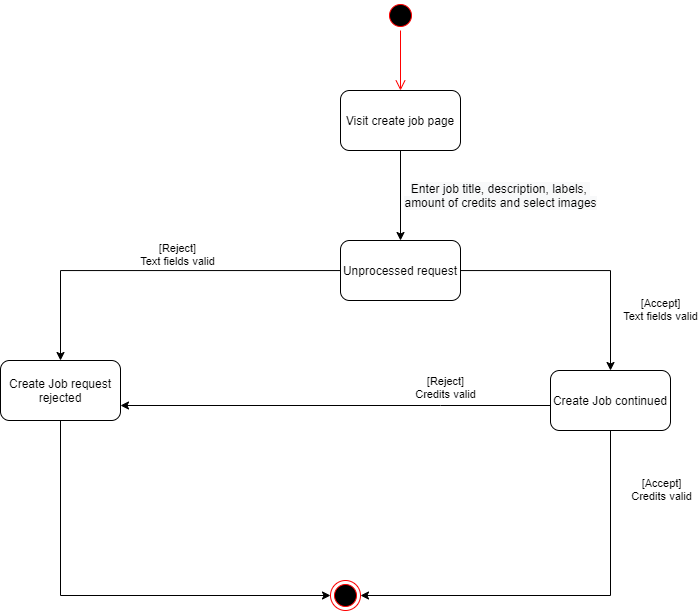
Earlier version of the draw.io export diagrams/Logical/State/create-job.png (faisal2754/Web-Data-Labelling). Source tidied: cells renumbered, new cells last; positions are measured from the earlier drawing's top-left corner, leaving out a move shared by most shapes. Its diagram source:
```xml
<mxGraphModel>
  <root>
    <mxCell id="0" />
    <mxCell id="1" parent="0" />
    <mxCell id="2" style="ellipse;html=1;shape=startState;fillColor=#000000;strokeColor=#ff0000;" parent="1" vertex="1">
      <mxGeometry x="385" width="30" height="30" as="geometry" />
    </mxCell>
    <mxCell id="3" style="edgeStyle=orthogonalEdgeStyle;html=1;verticalAlign=bottom;endArrow=open;endSize=8;strokeColor=#ff0000;rounded=0;" parent="1" edge="1" source="2">
      <mxGeometry relative="1" as="geometry">
        <mxPoint x="400" y="90" as="targetPoint" />
      </mxGeometry>
    </mxCell>
    <mxCell id="4" value="&lt;span style=&quot;font-size: 12px ; background-color: rgb(248 , 249 , 250)&quot;&gt;Enter job title, description, labels, &lt;br&gt;amount of credits and select images&lt;/span&gt;" style="edgeStyle=orthogonalEdgeStyle;rounded=0;jettySize=auto;html=1;entryX=0.5;entryY=0;entryDx=0;entryDy=0;spacingLeft=200;" parent="1" edge="1" source="5" target="10">
      <mxGeometry relative="1" as="geometry" />
    </mxCell>
    <mxCell id="5" value="Visit create job page" style="rounded=1;whiteSpace=wrap;html=1;" parent="1" vertex="1">
      <mxGeometry x="340" y="90" width="120" height="60" as="geometry" />
    </mxCell>
    <mxCell id="6" style="edgeStyle=orthogonalEdgeStyle;rounded=0;jettySize=auto;html=1;entryX=0.5;entryY=0;entryDx=0;entryDy=0;" parent="1" edge="1" source="10" target="12">
      <mxGeometry relative="1" as="geometry" />
    </mxCell>
    <mxCell id="7" value="[Reject]&lt;br&gt;Text fields valid" style="edgeLabel;html=1;align=center;verticalAlign=middle;spacingTop=-34;" parent="6" vertex="1">
      <mxGeometry x="-0.12" relative="1" as="geometry" />
    </mxCell>
    <mxCell id="8" style="edgeStyle=orthogonalEdgeStyle;rounded=0;jettySize=auto;html=1;entryX=0.5;entryY=0;entryDx=0;entryDy=0;" parent="1" edge="1" source="10" target="17">
      <mxGeometry relative="1" as="geometry" />
    </mxCell>
    <mxCell id="9" value="[Accept]&lt;br&gt;Text fields valid" style="edgeLabel;html=1;align=center;verticalAlign=middle;spacingLeft=100;" parent="8" vertex="1">
      <mxGeometry x="0.5" y="-1" relative="1" as="geometry" />
    </mxCell>
    <mxCell id="10" value="Unprocessed request" style="rounded=1;whiteSpace=wrap;html=1;" parent="1" vertex="1">
      <mxGeometry x="340" y="240" width="120" height="60" as="geometry" />
    </mxCell>
    <mxCell id="11" style="edgeStyle=orthogonalEdgeStyle;rounded=0;jettySize=auto;html=1;entryX=0;entryY=0.5;entryDx=0;entryDy=0;" parent="1" edge="1" source="12" target="18">
      <mxGeometry relative="1" as="geometry">
        <Array as="points">
          <mxPoint x="60" y="595" />
        </Array>
      </mxGeometry>
    </mxCell>
    <mxCell id="12" value="Create Job request rejected" style="rounded=1;whiteSpace=wrap;html=1;" parent="1" vertex="1">
      <mxGeometry y="360" width="120" height="60" as="geometry" />
    </mxCell>
    <mxCell id="13" style="edgeStyle=orthogonalEdgeStyle;rounded=0;jettySize=auto;html=1;entryX=1;entryY=0.75;entryDx=0;entryDy=0;" parent="1" edge="1" source="17" target="12">
      <mxGeometry relative="1" as="geometry">
        <Array as="points">
          <mxPoint x="440" y="405" />
          <mxPoint x="440" y="405" />
        </Array>
      </mxGeometry>
    </mxCell>
    <mxCell id="14" value="[Reject]&lt;br&gt;Credits valid" style="edgeLabel;html=1;align=center;verticalAlign=middle;spacingTop=-40;" parent="13" vertex="1">
      <mxGeometry x="-0.51" y="1" relative="1" as="geometry" />
    </mxCell>
    <mxCell id="15" style="edgeStyle=orthogonalEdgeStyle;rounded=0;jettySize=auto;html=1;entryX=1;entryY=0.5;entryDx=0;entryDy=0;" parent="1" edge="1" source="17" target="18">
      <mxGeometry relative="1" as="geometry">
        <Array as="points">
          <mxPoint x="610" y="595" />
        </Array>
      </mxGeometry>
    </mxCell>
    <mxCell id="16" value="[Accept]&lt;br&gt;Credits valid" style="edgeLabel;html=1;align=center;verticalAlign=middle;spacingLeft=100;" parent="15" vertex="1">
      <mxGeometry x="-0.71" relative="1" as="geometry" />
    </mxCell>
    <mxCell id="17" value="&lt;span&gt;Create Job continued&lt;/span&gt;" style="rounded=1;whiteSpace=wrap;html=1;" parent="1" vertex="1">
      <mxGeometry x="550" y="370" width="120" height="60" as="geometry" />
    </mxCell>
    <mxCell id="18" style="ellipse;html=1;shape=endState;fillColor=#000000;strokeColor=#ff0000;" parent="1" vertex="1">
      <mxGeometry x="330" y="580" width="30" height="30" as="geometry" />
    </mxCell>
  </root>
</mxGraphModel>
```
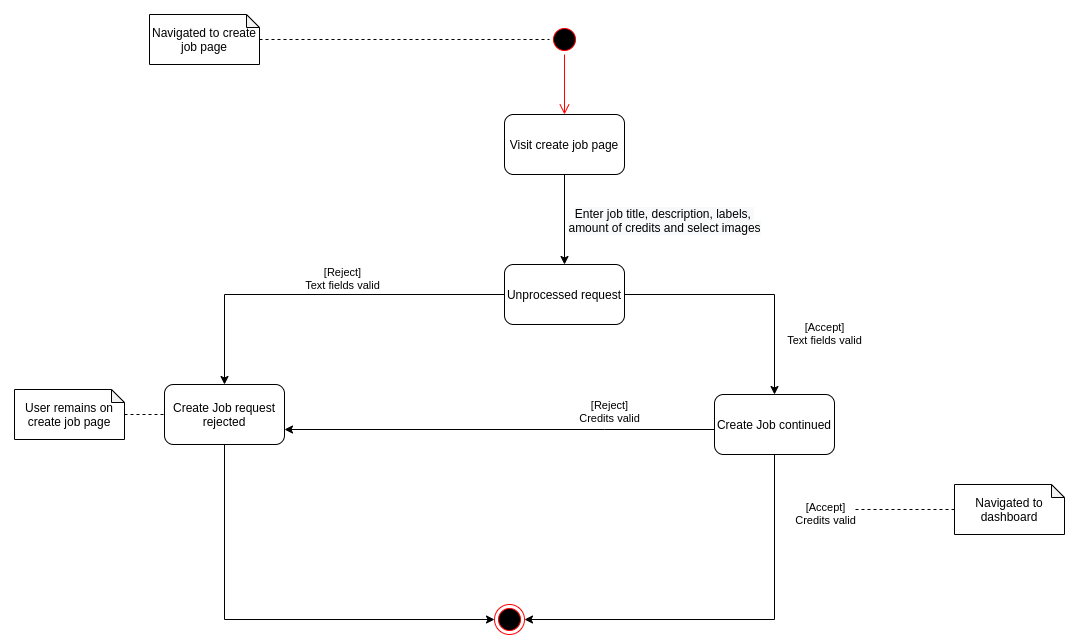
Later version of the same file.

What changed in the source:
```diff
@@ -2,14 +2,26 @@
   <root>
     <mxCell id="0" />
     <mxCell id="1" parent="0" />
-    <mxCell id="2" style="ellipse;html=1;shape=startState;fillColor=#000000;strokeColor=#ff0000;" parent="1" vertex="1">
-      <mxGeometry x="385" width="30" height="30" as="geometry" />
-    </mxCell>
-    <mxCell id="3" style="edgeStyle=orthogonalEdgeStyle;html=1;verticalAlign=bottom;endArrow=open;endSize=8;strokeColor=#ff0000;rounded=0;" parent="1" edge="1" source="2">
-      <mxGeometry relative="1" as="geometry">
-        <mxPoint x="400" y="90" as="targetPoint" />
-      </mxGeometry>
-    </mxCell>
+    <mxCell id="19" style="edgeStyle=orthogonalEdgeStyle;rounded=0;jettySize=auto;html=1;dashed=1;endArrow=none;endFill=0;" parent="1" edge="1" source="20">
+      <mxGeometry relative="1" as="geometry">
+        <mxPoint x="385" y="15" as="targetPoint" />
+        <Array as="points">
+          <mxPoint x="355" y="15" />
+          <mxPoint x="355" y="15" />
+        </Array>
+      </mxGeometry>
+    </mxCell>
+    <mxCell id="20" value="Navigated to create job page" style="shape=note;whiteSpace=wrap;html=1;backgroundOutline=1;darkOpacity=0.05;size=13;" parent="1" vertex="1">
+      <mxGeometry x="-15" y="-10" width="110" height="50" as="geometry" />
+    </mxCell>
+    <mxCell id="21" style="ellipse;html=1;shape=startState;fillColor=#000000;strokeColor=#ff0000;" parent="1" vertex="1">
+      <mxGeometry x="385" width="30" height="30" as="geometry" />
+    </mxCell>
+    <mxCell id="22" style="edgeStyle=orthogonalEdgeStyle;html=1;verticalAlign=bottom;endArrow=open;endSize=8;strokeColor=#ff0000;rounded=0;" parent="1" edge="1" source="21">
+      <mxGeometry relative="1" as="geometry">
+        <mxPoint x="400" y="90" as="targetPoint" />
+      </mxGeometry>
+    </mxCell>
     <mxCell id="4" value="&lt;span style=&quot;font-size: 12px ; background-color: rgb(248 , 249 , 250)&quot;&gt;Enter job title, description, labels, &lt;br&gt;amount of credits and select images&lt;/span&gt;" style="edgeStyle=orthogonalEdgeStyle;rounded=0;jettySize=auto;html=1;entryX=0.5;entryY=0;entryDx=0;entryDy=0;spacingLeft=200;" parent="1" edge="1" source="5" target="10">
       <mxGeometry relative="1" as="geometry" />
     </mxCell>
@@ -31,13 +43,13 @@
     <mxCell id="10" value="Unprocessed request" style="rounded=1;whiteSpace=wrap;html=1;" parent="1" vertex="1">
       <mxGeometry x="340" y="240" width="120" height="60" as="geometry" />
     </mxCell>
-    <mxCell id="11" style="edgeStyle=orthogonalEdgeStyle;rounded=0;jettySize=auto;html=1;entryX=0;entryY=0.5;entryDx=0;entryDy=0;" parent="1" edge="1" source="12" target="18">
-      <mxGeometry relative="1" as="geometry">
-        <Array as="points">
-          <mxPoint x="60" y="595" />
-        </Array>
-      </mxGeometry>
-    </mxCell>
+    <mxCell id="23" style="edgeStyle=orthogonalEdgeStyle;rounded=0;jettySize=auto;html=1;entryX=0;entryY=0.5;entryDx=0;entryDy=0;" parent="1" edge="1" source="12" target="25">
+      <mxGeometry relative="1" as="geometry">
+        <Array as="points">
+          <mxPoint x="60" y="595" />
+        </Array>
+      </mxGeometry>
+    </mxCell>
     <mxCell id="12" value="Create Job request rejected" style="rounded=1;whiteSpace=wrap;html=1;" parent="1" vertex="1">
       <mxGeometry y="360" width="120" height="60" as="geometry" />
     </mxCell>
@@ -52,21 +64,41 @@
     <mxCell id="14" value="[Reject]&lt;br&gt;Credits valid" style="edgeLabel;html=1;align=center;verticalAlign=middle;spacingTop=-40;" parent="13" vertex="1">
       <mxGeometry x="-0.51" y="1" relative="1" as="geometry" />
     </mxCell>
-    <mxCell id="15" style="edgeStyle=orthogonalEdgeStyle;rounded=0;jettySize=auto;html=1;entryX=1;entryY=0.5;entryDx=0;entryDy=0;" parent="1" edge="1" source="17" target="18">
-      <mxGeometry relative="1" as="geometry">
-        <Array as="points">
-          <mxPoint x="610" y="595" />
-        </Array>
-      </mxGeometry>
-    </mxCell>
+    <mxCell id="24" style="edgeStyle=orthogonalEdgeStyle;rounded=0;jettySize=auto;html=1;entryX=1;entryY=0.5;entryDx=0;entryDy=0;" parent="1" edge="1" source="17" target="25">
+      <mxGeometry relative="1" as="geometry">
+        <Array as="points">
+          <mxPoint x="610" y="595" />
+        </Array>
+      </mxGeometry>
+    </mxCell>
-    <mxCell id="16" value="[Accept]&lt;br&gt;Credits valid" style="edgeLabel;html=1;align=center;verticalAlign=middle;spacingLeft=100;" parent="15" vertex="1">
+    <mxCell id="16" value="[Accept]&lt;br&gt;Credits valid" style="edgeLabel;html=1;align=center;verticalAlign=middle;spacingLeft=100;" parent="24" vertex="1">
       <mxGeometry x="-0.71" relative="1" as="geometry" />
     </mxCell>
     <mxCell id="17" value="&lt;span&gt;Create Job continued&lt;/span&gt;" style="rounded=1;whiteSpace=wrap;html=1;" parent="1" vertex="1">
       <mxGeometry x="550" y="370" width="120" height="60" as="geometry" />
     </mxCell>
-    <mxCell id="18" style="ellipse;html=1;shape=endState;fillColor=#000000;strokeColor=#ff0000;" parent="1" vertex="1">
-      <mxGeometry x="330" y="580" width="30" height="30" as="geometry" />
-    </mxCell>
+    <mxCell id="25" style="ellipse;html=1;shape=endState;fillColor=#000000;strokeColor=#ff0000;" parent="1" vertex="1">
+      <mxGeometry x="330" y="580" width="30" height="30" as="geometry" />
+    </mxCell>
+    <mxCell id="26" style="edgeStyle=orthogonalEdgeStyle;rounded=0;jettySize=auto;html=1;dashed=1;endArrow=none;endFill=0;" parent="1" edge="1" source="27">
+      <mxGeometry relative="1" as="geometry">
+        <mxPoint y="390" as="targetPoint" />
+        <Array as="points">
+          <mxPoint x="-30" y="390" />
+          <mxPoint x="-30" y="390" />
+        </Array>
+      </mxGeometry>
+    </mxCell>
+    <mxCell id="27" value="User remains on create job page" style="shape=note;whiteSpace=wrap;html=1;backgroundOutline=1;darkOpacity=0.05;size=13;" parent="1" vertex="1">
+      <mxGeometry x="-150" y="365" width="110" height="50" as="geometry" />
+    </mxCell>
+    <mxCell id="28" style="edgeStyle=orthogonalEdgeStyle;rounded=0;jettySize=auto;html=1;dashed=1;endArrow=none;endFill=0;exitX=0;exitY=0.5;exitDx=0;exitDy=0;exitPerimeter=0;" parent="1" edge="1" source="29">
+      <mxGeometry relative="1" as="geometry">
+        <mxPoint x="690" y="485" as="targetPoint" />
+      </mxGeometry>
+    </mxCell>
+    <mxCell id="29" value="Navigated to dashboard" style="shape=note;whiteSpace=wrap;html=1;backgroundOutline=1;darkOpacity=0.05;size=13;" parent="1" vertex="1">
+      <mxGeometry x="790" y="460" width="110" height="50" as="geometry" />
+    </mxCell>
   </root>
 </mxGraphModel>
```
